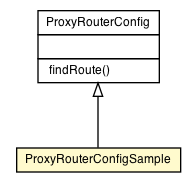
The Graphviz diagram blade/vorpal-blade-proxy-router/org/vorpal/blade/services/proxy/router/ProxyRouterConfigSample.png in vorpalnet/vorpalnet.github.io, before a commit. Its source is kept beside it as blade/vorpal-blade-proxy-router/org/vorpal/blade/services/proxy/router/ProxyRouterConfigSample.dot. Source of this version:
```dot

digraph G {
	edge [fontname="Helvetica",fontsize=10,labelfontname="Helvetica",labelfontsize=10];
	node [fontname="Helvetica",fontsize=10,shape=plaintext];
	nodesep=0.25;
	ranksep=0.5;
	c30 [label=<<table title="org.vorpal.blade.services.proxy.router.ProxyRouterConfig" border="0" cellborder="1" cellspacing="0" cellpadding="2" port="p" href="./ProxyRouterConfig.html">
		<tr><td><table border="0" cellspacing="0" cellpadding="1">
<tr><td align="center" balign="center"> ProxyRouterConfig </td></tr>
		</table></td></tr>
		<tr><td><table border="0" cellspacing="0" cellpadding="1">
<tr><td align="left" balign="left">  </td></tr>
		</table></td></tr>
		<tr><td><table border="0" cellspacing="0" cellpadding="1">
<tr><td align="left" balign="left">  findRoute() </td></tr>
		</table></td></tr>
		</table>>, fontname="Helvetica", fontcolor="black", fontsize=9.0];
	c31 [label=<<table title="org.vorpal.blade.services.proxy.router.ProxyRouterConfigSample" border="0" cellborder="1" cellspacing="0" cellpadding="2" port="p" bgcolor="lemonChiffon" href="./ProxyRouterConfigSample.html">
		<tr><td><table border="0" cellspacing="0" cellpadding="1">
<tr><td align="center" balign="center"> ProxyRouterConfigSample </td></tr>
		</table></td></tr>
		</table>>, fontname="Helvetica", fontcolor="black", fontsize=9.0];
	c30:p -> c31:p [dir=back,arrowtail=empty];
}
```
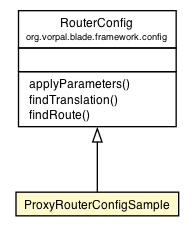
After the change.

Change to the diagram source:
```diff
@@ -4,21 +4,24 @@
 	node [fontname="Helvetica",fontsize=10,shape=plaintext];
 	nodesep=0.25;
 	ranksep=0.5;
-	c30 [label=<<table title="org.vorpal.blade.services.proxy.router.ProxyRouterConfig" border="0" cellborder="1" cellspacing="0" cellpadding="2" port="p" href="./ProxyRouterConfig.html">
+	c38 [label=<<table title="org.vorpal.blade.services.proxy.router.ProxyRouterConfigSample" border="0" cellborder="1" cellspacing="0" cellpadding="2" port="p" bgcolor="lemonChiffon" href="./ProxyRouterConfigSample.html">
 		<tr><td><table border="0" cellspacing="0" cellpadding="1">
-<tr><td align="center" balign="center"> ProxyRouterConfig </td></tr>
+<tr><td align="center" balign="center"> ProxyRouterConfigSample </td></tr>
+		</table></td></tr>
+		</table>>, fontname="Helvetica", fontcolor="black", fontsize=9.0];
+	c41:p -> c38:p [dir=back,arrowtail=empty];
+	c41 [label=<<table title="org.vorpal.blade.framework.config.RouterConfig" border="0" cellborder="1" cellspacing="0" cellpadding="2" port="p" href="http://java.sun.com/j2se/1.4.2/docs/api/org/vorpal/blade/framework/config/RouterConfig.html">
+		<tr><td><table border="0" cellspacing="0" cellpadding="1">
+<tr><td align="center" balign="center"> RouterConfig </td></tr>
+<tr><td align="center" balign="center"><font point-size="7.0"> org.vorpal.blade.framework.config </font></td></tr>
 		</table></td></tr>
 		<tr><td><table border="0" cellspacing="0" cellpadding="1">
 <tr><td align="left" balign="left">  </td></tr>
 		</table></td></tr>
 		<tr><td><table border="0" cellspacing="0" cellpadding="1">
+<tr><td align="left" balign="left">  applyParameters() </td></tr>
+<tr><td align="left" balign="left">  findTranslation() </td></tr>
 <tr><td align="left" balign="left">  findRoute() </td></tr>
 		</table></td></tr>
 		</table>>, fontname="Helvetica", fontcolor="black", fontsize=9.0];
-	c31 [label=<<table title="org.vorpal.blade.services.proxy.router.ProxyRouterConfigSample" border="0" cellborder="1" cellspacing="0" cellpadding="2" port="p" bgcolor="lemonChiffon" href="./ProxyRouterConfigSample.html">
-		<tr><td><table border="0" cellspacing="0" cellpadding="1">
-<tr><td align="center" balign="center"> ProxyRouterConfigSample </td></tr>
-		</table></td></tr>
-		</table>>, fontname="Helvetica", fontcolor="black", fontsize=9.0];
-	c30:p -> c31:p [dir=back,arrowtail=empty];
 }
```
